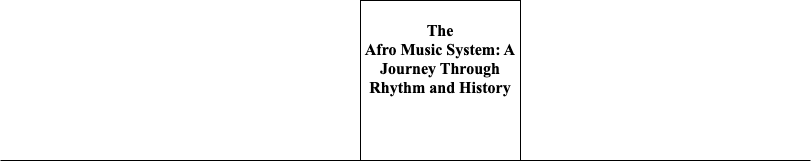
The draw.io diagram AFM.drawio.png in Kai39d/Hello-World, before a commit. Source tidied: cells renumbered, new cells last; positions are measured from the earlier drawing's top-left corner, leaving out a move shared by most shapes.
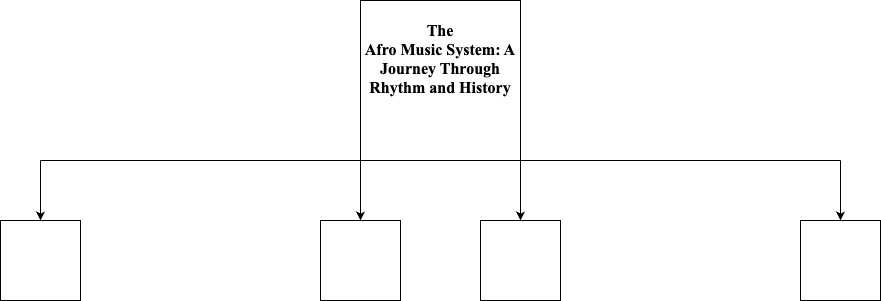
After the commit.

Change to the diagram source:
```diff
@@ -7,13 +7,41 @@
     </mxCell>
     <mxCell id="3" style="endArrow=none;html=1;rounded=0;entryX=0;entryY=1;entryDx=0;entryDy=0;" parent="1" edge="1" target="2">
       <mxGeometry relative="1" as="geometry">
-        <mxPoint y="160" as="sourcePoint" />
+        <mxPoint x="40" y="160" as="sourcePoint" />
       </mxGeometry>
     </mxCell>
-    <mxCell id="4" style="endArrow=none;html=1;rounded=0;entryX=1;entryY=1;entryDx=0;entryDy=0;" parent="1" edge="1" target="2">
-      <mxGeometry relative="1" as="geometry">
-        <mxPoint x="810" y="160" as="sourcePoint" />
-      </mxGeometry>
-    </mxCell>
+    <mxCell id="5" style="endArrow=none;html=1;rounded=0;entryX=1;entryY=1;entryDx=0;entryDy=0;" parent="1" edge="1" target="2">
+      <mxGeometry relative="1" as="geometry">
+        <mxPoint x="840" y="160" as="sourcePoint" />
+      </mxGeometry>
+    </mxCell>
+    <mxCell id="6" style="whiteSpace=wrap;html=1;" parent="1" vertex="1">
+      <mxGeometry x="800" y="220" width="80" height="80" as="geometry" />
+    </mxCell>
+    <mxCell id="7" style="whiteSpace=wrap;html=1;" parent="1" vertex="1">
+      <mxGeometry x="480" y="220" width="80" height="80" as="geometry" />
+    </mxCell>
+    <mxCell id="8" style="whiteSpace=wrap;html=1;" parent="1" vertex="1">
+      <mxGeometry x="320" y="220" width="80" height="80" as="geometry" />
+    </mxCell>
+    <mxCell id="9" style="whiteSpace=wrap;html=1;" parent="1" vertex="1">
+      <mxGeometry y="220" width="80" height="80" as="geometry" />
+    </mxCell>
+    <mxCell id="10" style="endArrow=classic;html=1;rounded=0;entryX=0.5;entryY=0;entryDx=0;entryDy=0;" parent="1" edge="1" target="6">
+      <mxGeometry relative="1" as="geometry">
+        <mxPoint x="840" y="160" as="sourcePoint" />
+      </mxGeometry>
+    </mxCell>
+    <mxCell id="11" style="endArrow=classic;html=1;rounded=0;exitX=1;exitY=1;exitDx=0;exitDy=0;entryX=0.5;entryY=0;entryDx=0;entryDy=0;" parent="1" edge="1" source="2" target="7">
+      <mxGeometry relative="1" as="geometry" />
+    </mxCell>
+    <mxCell id="12" style="endArrow=classic;html=1;rounded=0;exitX=0;exitY=1;exitDx=0;exitDy=0;entryX=0.5;entryY=0;entryDx=0;entryDy=0;" parent="1" edge="1" source="2" target="8">
+      <mxGeometry relative="1" as="geometry" />
+    </mxCell>
+    <mxCell id="13" style="endArrow=classic;html=1;rounded=0;entryX=0.5;entryY=0;entryDx=0;entryDy=0;" parent="1" edge="1" target="9">
+      <mxGeometry relative="1" as="geometry">
+        <mxPoint x="40" y="160" as="sourcePoint" />
+      </mxGeometry>
+    </mxCell>
   </root>
 </mxGraphModel>
```
